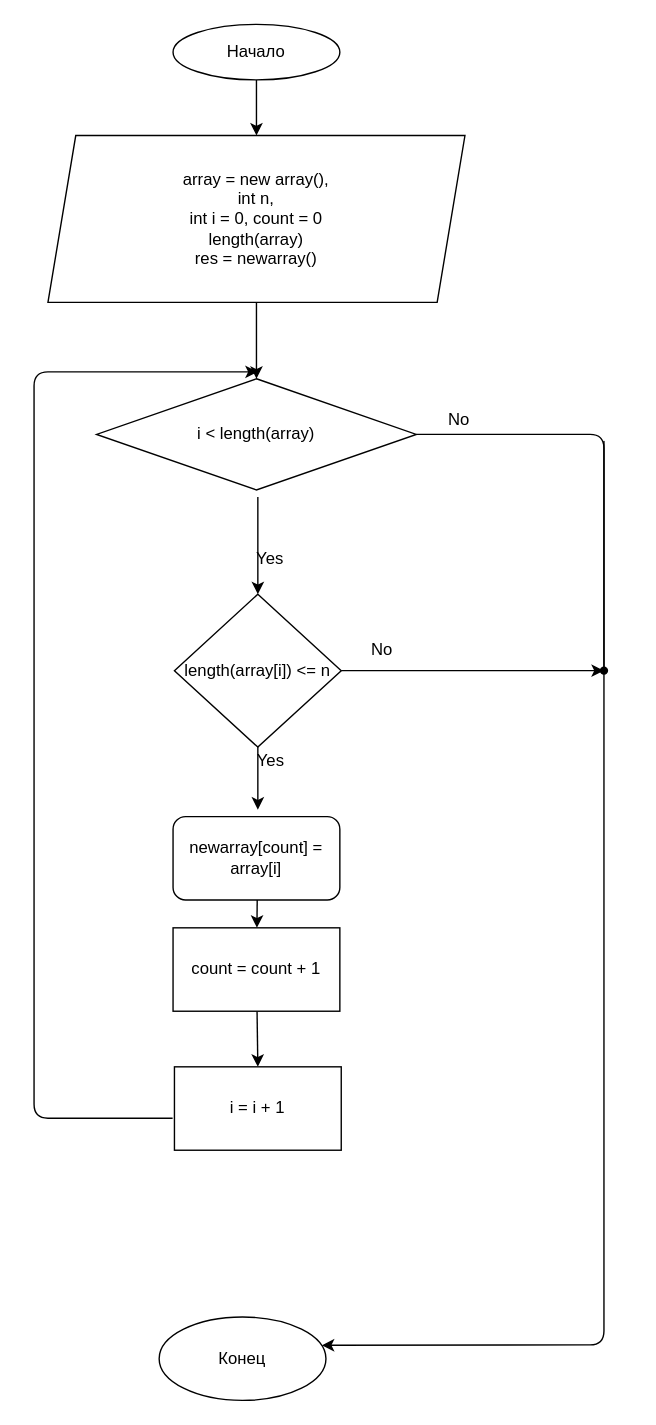
The draw.io diagram shema.drawio in HelenPavlyuchkova/VerificationWork, before the edit. Source tidied: cells renumbered, new cells numbered last; positions are measured from the earlier drawing's top-left corner, leaving out a move shared by most shapes. Both pictures are drawn from the tidied source at 139%, with x=0, y=0 at pixel (33, 24).
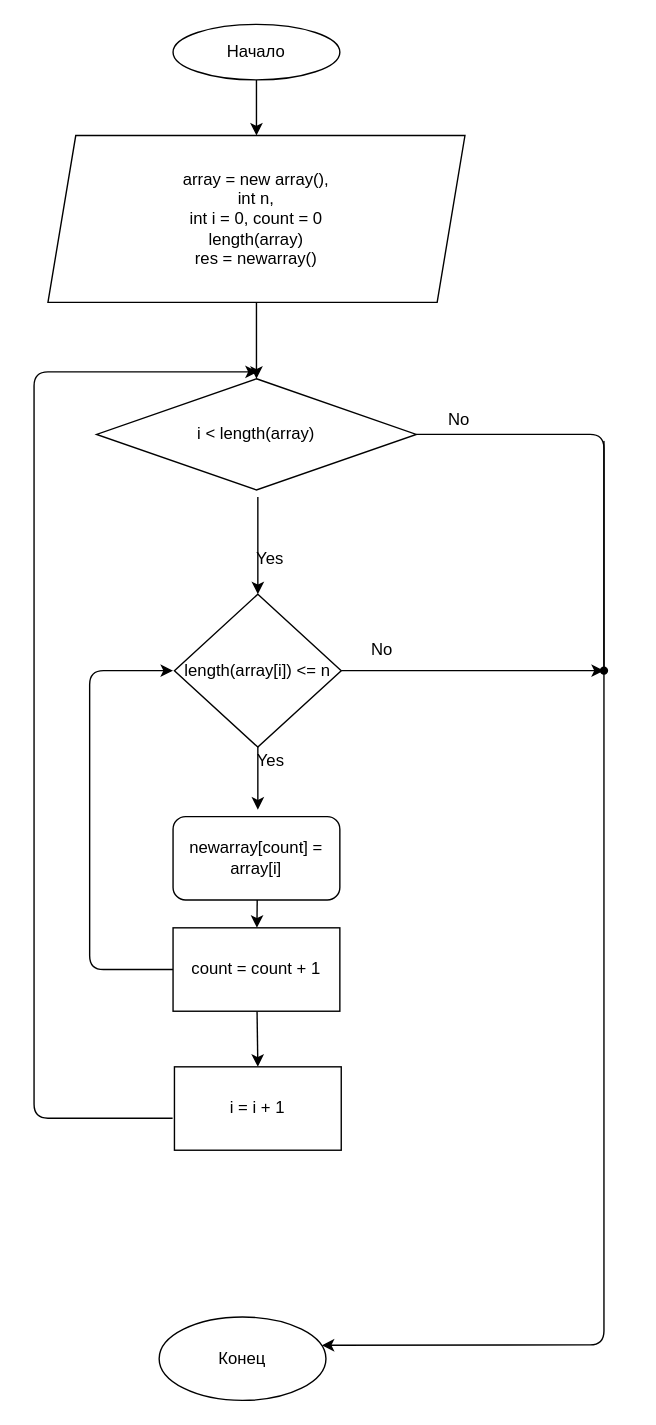
The same page after the edit.

Commit message:
Скорректировали блок-схему алгоритма

The change refers to these unchanged cells:
```xml
<mxCell id="19" value="count = count + 1" style="whiteSpace=wrap;html=1;" parent="1" vertex="1">
  <mxGeometry x="100" y="650" width="120" height="60" as="geometry" />
</mxCell>
```

Change to the diagram source:
```diff
@@
+    <mxCell id="25" style="edgeStyle=none;html=1;" parent="1" edge="1" source="19">
+      <mxGeometry relative="1" as="geometry">
+        <mxPoint x="100" y="465" as="targetPoint" />
+        <Array as="points">
+          <mxPoint x="40" y="680" />
+          <mxPoint x="40" y="465" />
+        </Array>
+      </mxGeometry>
+    </mxCell>
```
